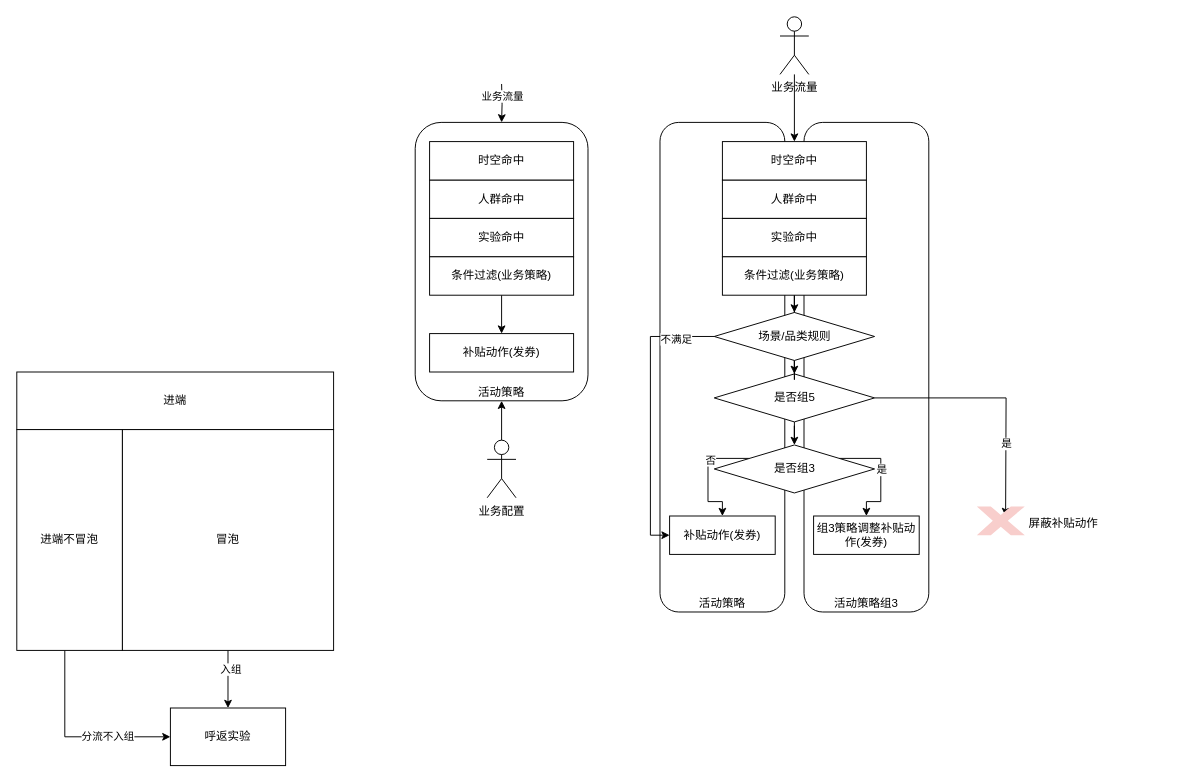
Before: 23.drawio in dgjk23/myown, a draw.io diagram. Source tidied: cells renumbered, new cells numbered last; positions are measured from the earlier drawing's top-left corner, leaving out a move shared by most shapes. Both pictures are drawn from the tidied source at 96%, with x=0, y=0 at pixel (16, 16).
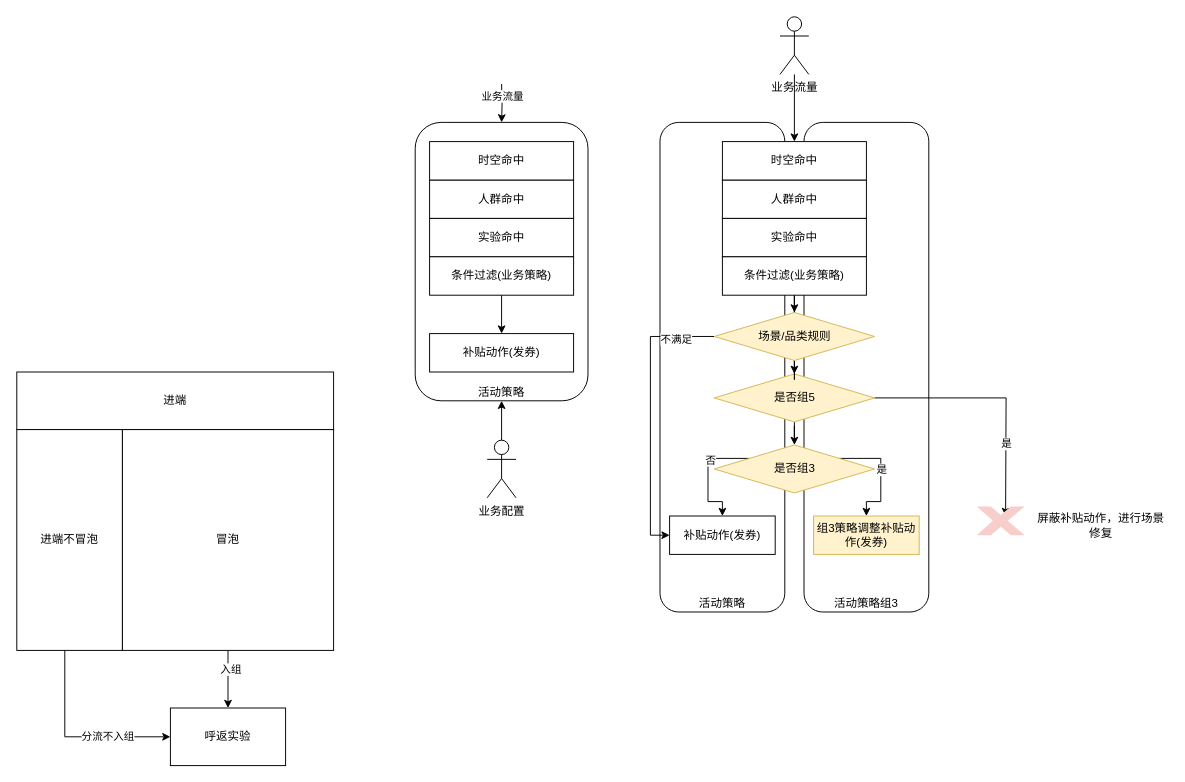
After the change.

What changed in the source:
```diff
@@
-    <mxCell id="29" value="组3策略调整补贴动作(发券)" style="rounded=0;whiteSpace=wrap;html=1;" parent="1" vertex="1">
+    <mxCell id="29" value="组3策略调整补贴动作(发券)" style="rounded=0;whiteSpace=wrap;html=1;fillColor=#fff2cc;strokeColor=#d6b656;" parent="1" vertex="1">
       <mxGeometry x="830" y="520" width="110" height="40" as="geometry" />
     </mxCell>
@@
-    <mxCell id="33" value="是否组5" style="rhombus;whiteSpace=wrap;html=1;shapeInside=1;" parent="1" vertex="1">
+    <mxCell id="33" value="是否组5" style="rhombus;whiteSpace=wrap;html=1;shapeInside=1;fillColor=#fff2cc;strokeColor=#d6b656;" parent="1" vertex="1">
       <mxGeometry x="726.5" y="372" width="167" height="50" as="geometry" />
     </mxCell>
@@
-    <mxCell id="38" value="是否组3" style="rhombus;whiteSpace=wrap;html=1;shapeInside=1;" parent="1" vertex="1">
+    <mxCell id="38" value="是否组3" style="rhombus;whiteSpace=wrap;html=1;shapeInside=1;fillColor=#fff2cc;strokeColor=#d6b656;" parent="1" vertex="1">
       <mxGeometry x="726.5" y="446" width="167" height="50" as="geometry" />
     </mxCell>
@@
-    <mxCell id="42" value="场景/品类规则" style="rhombus;whiteSpace=wrap;html=1;shapeInside=1;" parent="1" vertex="1">
+    <mxCell id="42" value="场景/品类规则" style="rhombus;whiteSpace=wrap;html=1;shapeInside=1;fillColor=#fff2cc;strokeColor=#d6b656;" parent="1" vertex="1">
       <mxGeometry x="726.5" y="308" width="167" height="50" as="geometry" />
     </mxCell>
@@
-    <mxCell id="46" value="屏蔽补贴动作" style="text;html=1;whiteSpace=wrap;strokeColor=none;fillColor=none;align=center;verticalAlign=middle;rounded=0;" parent="1" vertex="1">
-      <mxGeometry x="1041" y="520" width="99" height="15" as="geometry" />
+    <mxCell id="46" value="屏蔽补贴动作，进行场景修复" style="text;html=1;whiteSpace=wrap;strokeColor=none;fillColor=none;align=center;verticalAlign=middle;rounded=0;" parent="1" vertex="1">
+      <mxGeometry x="1060" y="510" width="139" height="40" as="geometry" />
     </mxCell>
```
